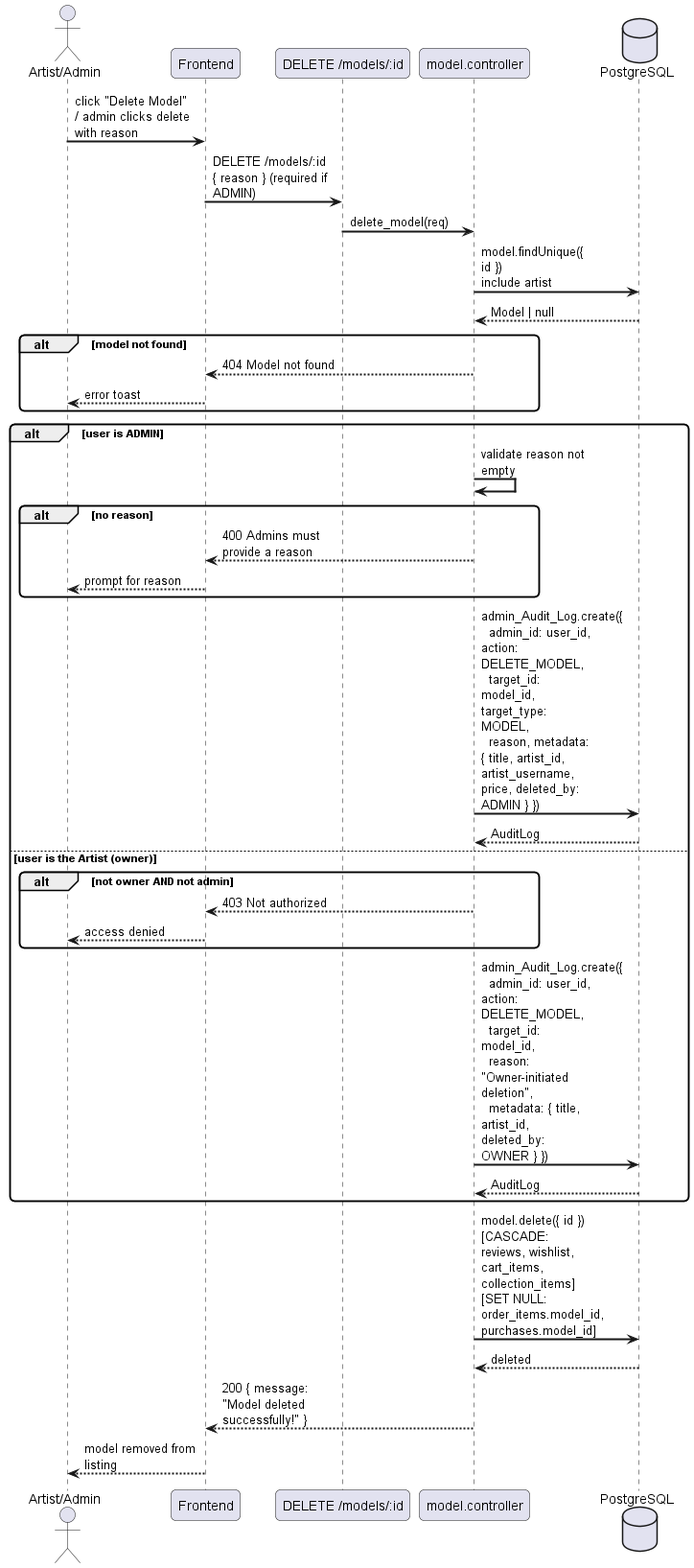
Before: docs/diagrams/exports/sequence/catalog/sequence_model_delete.png, a diagram exported from PlantUML (Schryzon/3Dex).
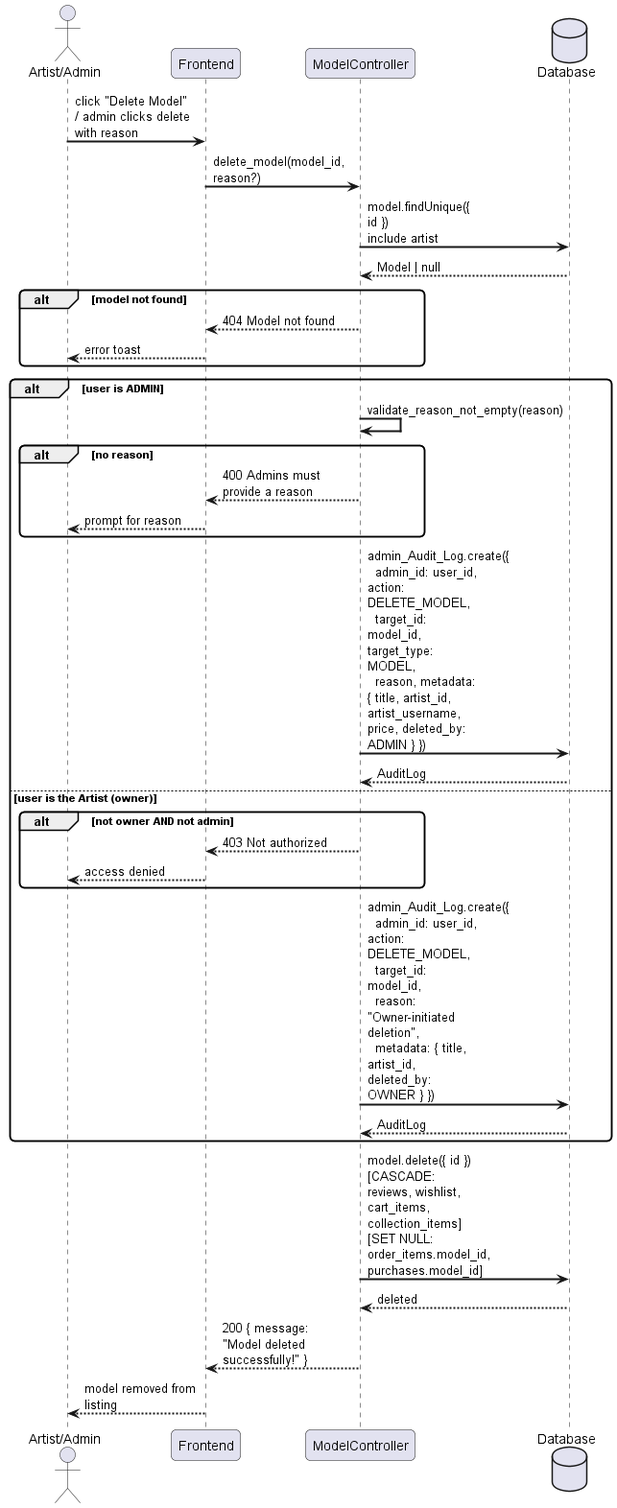
The same diagram one commit later.

The edit, as a diff of the source:
```diff
@@ -5,13 +5,11 @@
 
 actor "Artist/Admin" as U
 participant "Frontend" as FE
-participant "DELETE /models/:id" as API
-participant "model.controller" as MC
-database "PostgreSQL" as DB
+participant "ModelController" as MC
+database "Database" as DB
 
 U -> FE : click "Delete Model" / admin clicks delete with reason
-FE -> API : DELETE /models/:id\n{ reason } (required if ADMIN)
-API -> MC : delete_model(req)
+FE -> MC : delete_model(model_id, reason?)
 MC -> DB : model.findUnique({ id })\ninclude artist
 DB --> MC : Model | null
 alt model not found
@@ -20,7 +18,7 @@
 end
 
 alt user is ADMIN
-    MC -> MC : validate reason not empty
+    MC -> MC : validate_reason_not_empty(reason)
     alt no reason
         MC --> FE : 400 Admins must provide a reason
         FE --> U : prompt for reason
```
